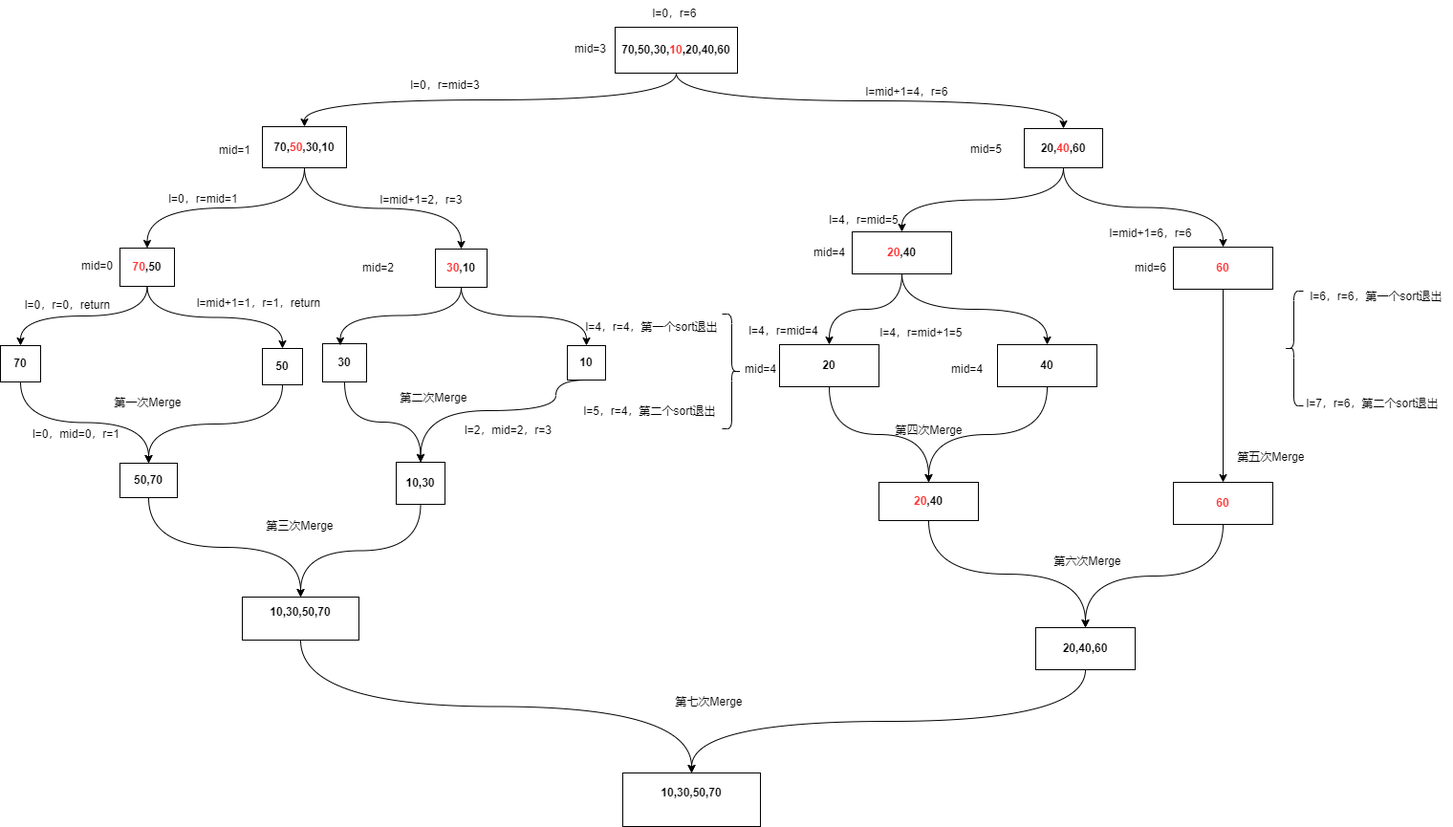
Earlier version of the draw.io export AlgorithmsAndDataStructures/归并算法.drawio.png (wjb0823/drawio). Source tidied: cells renumbered, new cells last; positions are measured from the earlier drawing's top-left corner, leaving out a move shared by most shapes.
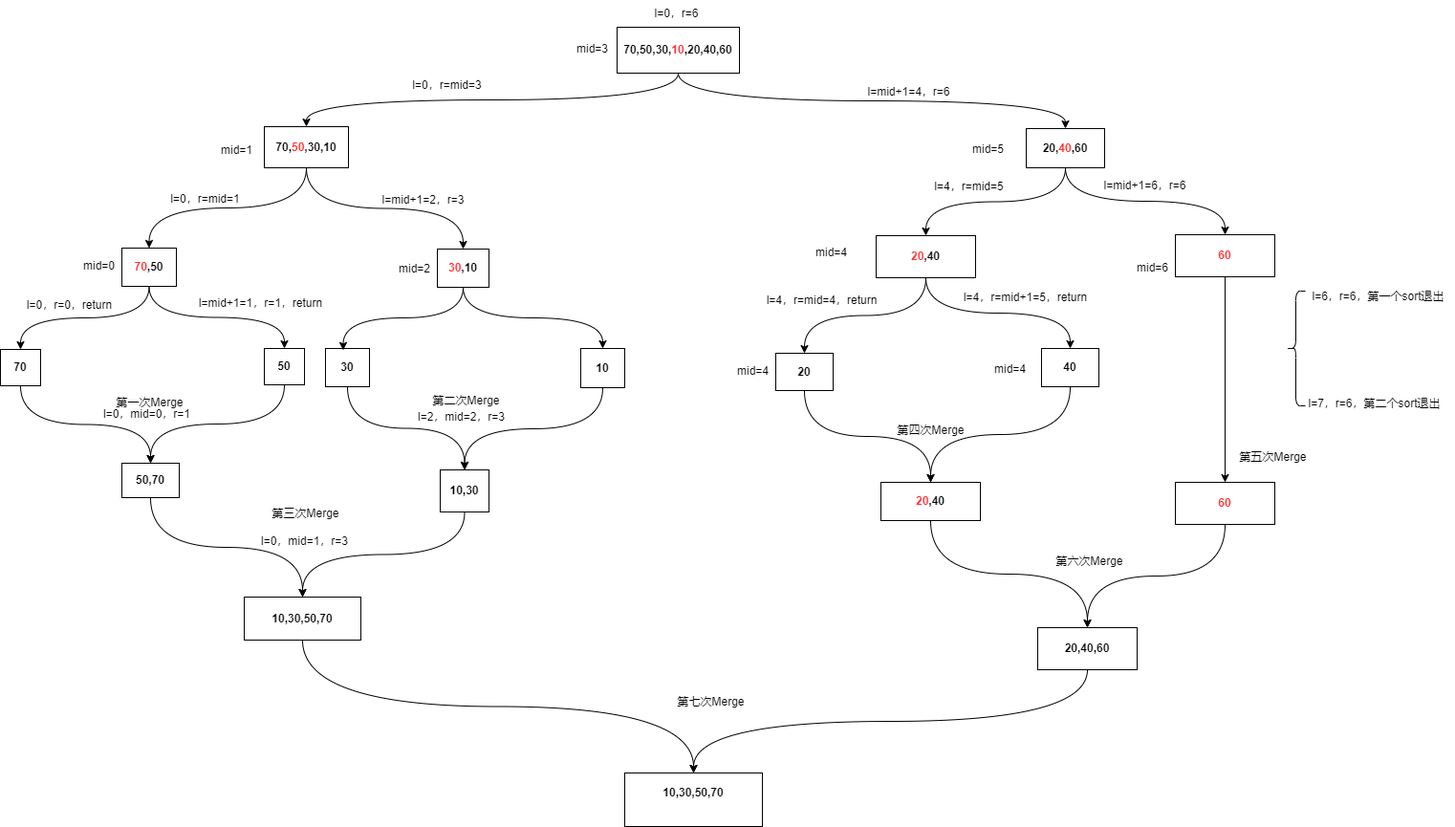
After the change.

Commit message:
更新归并算法.drawio.png

The edit, as a diff of the source:
```diff
@@ -60,7 +60,7 @@
       <mxGeometry relative="1" as="geometry" />
     </mxCell>
     <mxCell id="21" value="&lt;b style=&quot;&quot;&gt;70&lt;/b&gt;" style="rounded=0;whiteSpace=wrap;html=1;" parent="1" vertex="1">
-      <mxGeometry y="361" width="42" height="38" as="geometry" />
+      <mxGeometry x="-2" y="365" width="42" height="38" as="geometry" />
     </mxCell>
     <mxCell id="22" style="edgeStyle=orthogonalEdgeStyle;rounded=0;jettySize=auto;html=1;exitX=0.5;exitY=1;exitDx=0;exitDy=0;curved=1;entryX=0.5;entryY=0;entryDx=0;entryDy=0;" parent="1" edge="1" source="23" target="25">
       <mxGeometry relative="1" as="geometry" />
@@ -90,18 +90,13 @@
       <mxGeometry relative="1" as="geometry" />
     </mxCell>
     <mxCell id="31" value="&lt;b style=&quot;&quot;&gt;30&lt;/b&gt;" style="rounded=0;whiteSpace=wrap;html=1;" parent="1" vertex="1">
-      <mxGeometry x="337" y="359" width="46" height="40" as="geometry" />
+      <mxGeometry x="338" y="364" width="46" height="40" as="geometry" />
     </mxCell>
-    <mxCell id="32" style="edgeStyle=orthogonalEdgeStyle;rounded=0;jettySize=auto;html=1;curved=1;exitX=0.5;exitY=1;exitDx=0;exitDy=0;entryX=0.5;entryY=0;entryDx=0;entryDy=0;" parent="1" edge="1" source="33" target="36">
-      <mxGeometry relative="1" as="geometry">
-        <Array as="points">
-          <mxPoint x="581" y="429" />
-          <mxPoint x="440" y="429" />
-        </Array>
-      </mxGeometry>
+    <mxCell id="32" style="edgeStyle=orthogonalEdgeStyle;rounded=0;jettySize=auto;html=1;exitX=0.5;exitY=1;exitDx=0;exitDy=0;entryX=0.5;entryY=0;entryDx=0;entryDy=0;curved=1;" parent="1" edge="1" source="33" target="36">
+      <mxGeometry relative="1" as="geometry" />
     </mxCell>
     <mxCell id="33" value="&lt;b style=&quot;&quot;&gt;10&lt;/b&gt;" style="rounded=0;whiteSpace=wrap;html=1;" parent="1" vertex="1">
-      <mxGeometry x="593" y="361" width="40" height="36" as="geometry" />
+      <mxGeometry x="605" y="364" width="46" height="41" as="geometry" />
     </mxCell>
     <mxCell id="34" style="edgeStyle=orthogonalEdgeStyle;rounded=0;jettySize=auto;html=1;exitX=0.5;exitY=1;exitDx=0;exitDy=0;entryX=0.402;entryY=0.045;entryDx=0;entryDy=0;entryPerimeter=0;curved=1;" parent="1" edge="1" source="29" target="31">
       <mxGeometry relative="1" as="geometry" />
@@ -110,10 +105,10 @@
       <mxGeometry relative="1" as="geometry" />
     </mxCell>
     <mxCell id="36" value="&lt;b style=&quot;&quot;&gt;10,30&lt;/b&gt;&lt;b style=&quot;&quot;&gt;&lt;br&gt;&lt;/b&gt;" style="rounded=0;whiteSpace=wrap;html=1;" parent="1" vertex="1">
-      <mxGeometry x="414" y="483" width="51" height="44" as="geometry" />
+      <mxGeometry x="458" y="491" width="51" height="44" as="geometry" />
     </mxCell>
     <mxCell id="37" value="第二次Merge" style="text;html=1;align=center;verticalAlign=middle;strokeColor=none;fillColor=none;" parent="1" vertex="1">
-      <mxGeometry x="407" y="402" width="92" height="28" as="geometry" />
+      <mxGeometry x="439" y="405" width="92" height="28" as="geometry" />
     </mxCell>
     <mxCell id="38" value="l=0，r=0，return" style="text;html=1;align=center;verticalAlign=middle;strokeColor=none;fillColor=none;" parent="1" vertex="1">
       <mxGeometry x="16" y="305" width="108" height="27" as="geometry" />
@@ -124,11 +119,11 @@
     <mxCell id="40" style="edgeStyle=orthogonalEdgeStyle;rounded=0;jettySize=auto;html=1;entryX=0.5;entryY=0;entryDx=0;entryDy=0;curved=1;exitX=0.5;exitY=1;exitDx=0;exitDy=0;" parent="1" edge="1" source="41" target="79">
       <mxGeometry relative="1" as="geometry" />
     </mxCell>
-    <mxCell id="41" value="&lt;b style=&quot;&quot;&gt;10,30,50,70&lt;br&gt;&lt;/b&gt;&lt;b style=&quot;&quot;&gt;&lt;br&gt;&lt;/b&gt;" style="rounded=0;whiteSpace=wrap;html=1;" parent="1" vertex="1">
+    <mxCell id="41" value="&lt;b style=&quot;&quot;&gt;10,30,50,70&lt;/b&gt;&lt;b style=&quot;&quot;&gt;&lt;br&gt;&lt;/b&gt;" style="rounded=0;whiteSpace=wrap;html=1;" parent="1" vertex="1">
       <mxGeometry x="253" y="624" width="122" height="45" as="geometry" />
     </mxCell>
     <mxCell id="42" value="第三次Merge" style="text;html=1;align=center;verticalAlign=middle;strokeColor=none;fillColor=none;" parent="1" vertex="1">
-      <mxGeometry x="267" y="536" width="92" height="28" as="geometry" />
+      <mxGeometry x="271" y="523" width="92" height="28" as="geometry" />
     </mxCell>
     <mxCell id="43" style="shape=curlyBracket;whiteSpace=wrap;html=1;rounded=1;labelPosition=left;verticalLabelPosition=middle;align=right;verticalAlign=middle;" parent="1" vertex="1">
       <mxGeometry x="1343" y="304" width="20" height="120" as="geometry" />
@@ -140,13 +135,13 @@
       <mxGeometry x="73" y="264" width="56" height="28" as="geometry" />
     </mxCell>
     <mxCell id="46" value="mid=2" style="text;html=1;align=center;verticalAlign=middle;strokeColor=none;fillColor=none;" parent="1" vertex="1">
-      <mxGeometry x="367" y="266" width="56" height="28" as="geometry" />
+      <mxGeometry x="403" y="267" width="56" height="28" as="geometry" />
     </mxCell>
     <mxCell id="47" value="l=0，mid=0，r=1" style="text;html=1;align=center;verticalAlign=middle;strokeColor=none;fillColor=none;" parent="1" vertex="1">
-      <mxGeometry x="23" y="440" width="112" height="28" as="geometry" />
+      <mxGeometry x="95" y="419" width="112" height="28" as="geometry" />
     </mxCell>
     <mxCell id="48" value="l=2，mid=2，r=3" style="text;html=1;align=center;verticalAlign=middle;strokeColor=none;fillColor=none;" parent="1" vertex="1">
-      <mxGeometry x="475" y="436" width="112" height="28" as="geometry" />
+      <mxGeometry x="424" y="422" width="112" height="28" as="geometry" />
     </mxCell>
     <mxCell id="49" style="edgeStyle=orthogonalEdgeStyle;rounded=0;jettySize=auto;html=1;exitX=0.5;exitY=1;exitDx=0;exitDy=0;entryX=0.5;entryY=0;entryDx=0;entryDy=0;curved=1;" parent="1" edge="1" source="51" target="61">
       <mxGeometry relative="1" as="geometry" />
@@ -155,25 +150,25 @@
       <mxGeometry relative="1" as="geometry" />
     </mxCell>
     <mxCell id="51" value="&lt;b&gt;&lt;font color=&quot;#ff3333&quot;&gt;20&lt;/font&gt;,40&lt;/b&gt;" style="rounded=0;whiteSpace=wrap;html=1;" parent="1" vertex="1">
-      <mxGeometry x="891" y="242" width="104" height="44" as="geometry" />
+      <mxGeometry x="914" y="246" width="104" height="44" as="geometry" />
     </mxCell>
     <mxCell id="52" style="edgeStyle=orthogonalEdgeStyle;rounded=0;jettySize=auto;html=1;exitX=0.5;exitY=1;exitDx=0;exitDy=0;entryX=0.5;entryY=0;entryDx=0;entryDy=0;" parent="1" edge="1" source="53" target="75">
       <mxGeometry relative="1" as="geometry" />
     </mxCell>
     <mxCell id="53" value="&lt;b&gt;&lt;font color=&quot;#ff3333&quot;&gt;60&lt;/font&gt;&lt;/b&gt;" style="rounded=0;whiteSpace=wrap;html=1;" parent="1" vertex="1">
-      <mxGeometry x="1227" y="258" width="104" height="44" as="geometry" />
+      <mxGeometry x="1227" y="245" width="104" height="44" as="geometry" />
     </mxCell>
     <mxCell id="54" value="mid=5" style="text;html=1;align=center;verticalAlign=middle;strokeColor=none;fillColor=none;" parent="1" vertex="1">
       <mxGeometry x="1003" y="142" width="56" height="28" as="geometry" />
     </mxCell>
     <mxCell id="55" value="l=4，r=mid=5" style="text;html=1;align=center;verticalAlign=middle;strokeColor=none;fillColor=none;" parent="1" vertex="1">
-      <mxGeometry x="855" y="216" width="96" height="28" as="geometry" />
+      <mxGeometry x="963" y="181" width="96" height="28" as="geometry" />
     </mxCell>
     <mxCell id="56" style="edgeStyle=orthogonalEdgeStyle;rounded=0;jettySize=auto;html=1;exitX=0.5;exitY=1;exitDx=0;exitDy=0;entryX=0.5;entryY=0;entryDx=0;entryDy=0;curved=1;" parent="1" edge="1" source="6" target="51">
       <mxGeometry relative="1" as="geometry" />
     </mxCell>
     <mxCell id="57" value="l=mid+1=6，r=6" style="text;html=1;align=center;verticalAlign=middle;strokeColor=none;fillColor=none;" parent="1" vertex="1">
-      <mxGeometry x="1149" y="230" width="108" height="28" as="geometry" />
+      <mxGeometry x="1141" y="180" width="108" height="28" as="geometry" />
     </mxCell>
     <mxCell id="58" value="mid=4" style="text;html=1;align=center;verticalAlign=middle;strokeColor=none;fillColor=none;" parent="1" vertex="1">
       <mxGeometry x="839" y="250" width="56" height="28" as="geometry" />
@@ -185,35 +180,26 @@
       <mxGeometry relative="1" as="geometry" />
     </mxCell>
     <mxCell id="61" value="&lt;b&gt;20&lt;/b&gt;" style="rounded=0;whiteSpace=wrap;html=1;" parent="1" vertex="1">
-      <mxGeometry x="815" y="360" width="104" height="44" as="geometry" />
+      <mxGeometry x="809" y="369" width="60" height="39" as="geometry" />
     </mxCell>
     <mxCell id="62" style="edgeStyle=orthogonalEdgeStyle;rounded=0;jettySize=auto;html=1;exitX=0.5;exitY=1;exitDx=0;exitDy=0;entryX=0.5;entryY=0;entryDx=0;entryDy=0;curved=1;" parent="1" edge="1" source="63" target="72">
       <mxGeometry relative="1" as="geometry" />
     </mxCell>
     <mxCell id="63" value="&lt;b&gt;40&lt;/b&gt;" style="rounded=0;whiteSpace=wrap;html=1;" parent="1" vertex="1">
-      <mxGeometry x="1043" y="360" width="104" height="44" as="geometry" />
+      <mxGeometry x="1087" y="364" width="60" height="40" as="geometry" />
     </mxCell>
-    <mxCell id="64" value="l=4，r=mid=4" style="text;html=1;align=center;verticalAlign=middle;strokeColor=none;fillColor=none;" parent="1" vertex="1">
-      <mxGeometry x="771" y="332" width="96" height="28" as="geometry" />
+    <mxCell id="64" value="l=4，r=mid=4，return" style="text;html=1;align=center;verticalAlign=middle;strokeColor=none;fillColor=none;" parent="1" vertex="1">
+      <mxGeometry x="789" y="300" width="135" height="27" as="geometry" />
     </mxCell>
     <mxCell id="65" value="mid=4" style="text;html=1;align=center;verticalAlign=middle;strokeColor=none;fillColor=none;" parent="1" vertex="1">
-      <mxGeometry x="767" y="372" width="56" height="28" as="geometry" />
+      <mxGeometry x="757" y="374" width="56" height="28" as="geometry" />
     </mxCell>
-    <mxCell id="66" value="l=4，r=mid+1=5" style="text;html=1;align=center;verticalAlign=middle;strokeColor=none;fillColor=none;" parent="1" vertex="1">
-      <mxGeometry x="909" y="334" width="108" height="28" as="geometry" />
+    <mxCell id="66" value="l=4，r=mid+1=5，return" style="text;html=1;align=center;verticalAlign=middle;strokeColor=none;fillColor=none;" parent="1" vertex="1">
+      <mxGeometry x="996" y="297" width="148" height="27" as="geometry" />
     </mxCell>
     <mxCell id="67" value="mid=4" style="text;html=1;align=center;verticalAlign=middle;strokeColor=none;fillColor=none;" parent="1" vertex="1">
-      <mxGeometry x="983" y="372" width="56" height="28" as="geometry" />
+      <mxGeometry x="1026" y="372" width="56" height="28" as="geometry" />
     </mxCell>
-    <mxCell id="68" value="l=4，r=4，第一个sort退出" style="text;html=1;align=center;verticalAlign=middle;strokeColor=none;fillColor=none;" parent="1" vertex="1">
-      <mxGeometry x="601" y="328" width="160" height="28" as="geometry" />
-    </mxCell>
-    <mxCell id="69" value="l=5，r=4，第二个sort退出" style="text;html=1;align=center;verticalAlign=middle;strokeColor=none;fillColor=none;" parent="1" vertex="1">
-      <mxGeometry x="599" y="416" width="160" height="28" as="geometry" />
-    </mxCell>
-    <mxCell id="70" style="shape=curlyBracket;whiteSpace=wrap;html=1;rounded=1;flipH=1;labelPosition=right;verticalLabelPosition=middle;align=left;verticalAlign=middle;" parent="1" vertex="1">
-      <mxGeometry x="755" y="328" width="20" height="120" as="geometry" />
-    </mxCell>
     <mxCell id="71" style="edgeStyle=orthogonalEdgeStyle;rounded=0;jettySize=auto;html=1;entryX=0.5;entryY=0;entryDx=0;entryDy=0;exitX=0.5;exitY=1;exitDx=0;exitDy=0;curved=1;" parent="1" edge="1" source="72" target="78">
       <mxGeometry relative="1" as="geometry" />
     </mxCell>
@@ -247,5 +233,8 @@
     <mxCell id="81" value="第七次Merge" style="text;html=1;align=center;verticalAlign=middle;strokeColor=none;fillColor=none;" parent="1" vertex="1">
       <mxGeometry x="695" y="720" width="92" height="28" as="geometry" />
     </mxCell>
+    <mxCell id="82" value="l=0，mid=1，r=3" style="text;html=1;align=center;verticalAlign=middle;strokeColor=none;fillColor=none;" parent="1" vertex="1">
+      <mxGeometry x="261" y="552" width="110" height="27" as="geometry" />
+    </mxCell>
   </root>
 </mxGraphModel>
```
